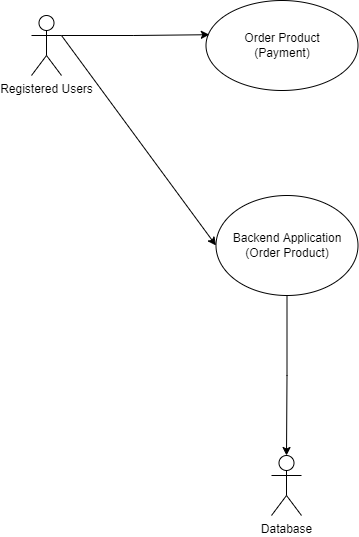
Earlier version of the draw.io export Use case diagram/order_products.png (mohitleo03/Software-Engineering-Project-Management). Source tidied: cells renumbered, new cells last; positions are measured from the earlier drawing's top-left corner, leaving out a move shared by most shapes.
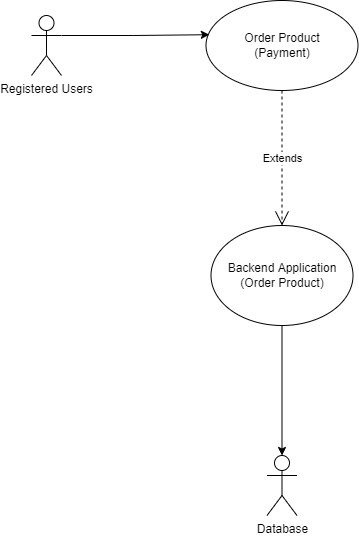
Above is the later version.

Diff of the diagram source:
```diff
@@ -9,7 +9,7 @@
       <mxGeometry relative="1" as="geometry" />
     </mxCell>
     <mxCell id="4" value="Backend Application&lt;br&gt;(Order Product)" style="ellipse;whiteSpace=wrap;html=1;" parent="1" vertex="1">
-      <mxGeometry x="184.5" y="195" width="142" height="100" as="geometry" />
+      <mxGeometry x="179.5" y="225" width="142" height="100" as="geometry" />
     </mxCell>
     <mxCell id="5" style="edgeStyle=orthogonalEdgeStyle;rounded=0;jettySize=auto;html=1;exitX=1;exitY=0.3333333333333333;exitDx=0;exitDy=0;exitPerimeter=0;entryX=0.022;entryY=0.38;entryDx=0;entryDy=0;entryPerimeter=0;" parent="1" edge="1" source="6" target="2">
       <mxGeometry relative="1" as="geometry" />
@@ -17,11 +17,11 @@
     <mxCell id="6" value="Registered Users" style="shape=umlActor;verticalLabelPosition=bottom;verticalAlign=top;html=1;outlineConnect=0;" parent="1" vertex="1">
       <mxGeometry y="15" width="30" height="60" as="geometry" />
     </mxCell>
-    <mxCell id="7" style="endArrow=classic;html=1;rounded=0;exitX=1;exitY=0.3333333333333333;exitDx=0;exitDy=0;exitPerimeter=0;entryX=0;entryY=0.5;entryDx=0;entryDy=0;" parent="1" edge="1" source="6" target="4">
-      <mxGeometry relative="1" as="geometry" />
-    </mxCell>
     <mxCell id="8" value="Database" style="shape=umlActor;verticalLabelPosition=bottom;verticalAlign=top;html=1;outlineConnect=0;" parent="1" vertex="1">
-      <mxGeometry x="240" y="455" width="30" height="60" as="geometry" />
+      <mxGeometry x="235.5" y="455" width="30" height="60" as="geometry" />
     </mxCell>
+    <mxCell id="9" value="Extends" style="endArrow=open;endSize=12;dashed=1;html=1;rounded=0;exitX=0.5;exitY=1;exitDx=0;exitDy=0;entryX=0.5;entryY=0;entryDx=0;entryDy=0;" parent="1" edge="1" source="2" target="4">
+      <mxGeometry relative="1" as="geometry" />
+    </mxCell>
   </root>
 </mxGraphModel>
```
